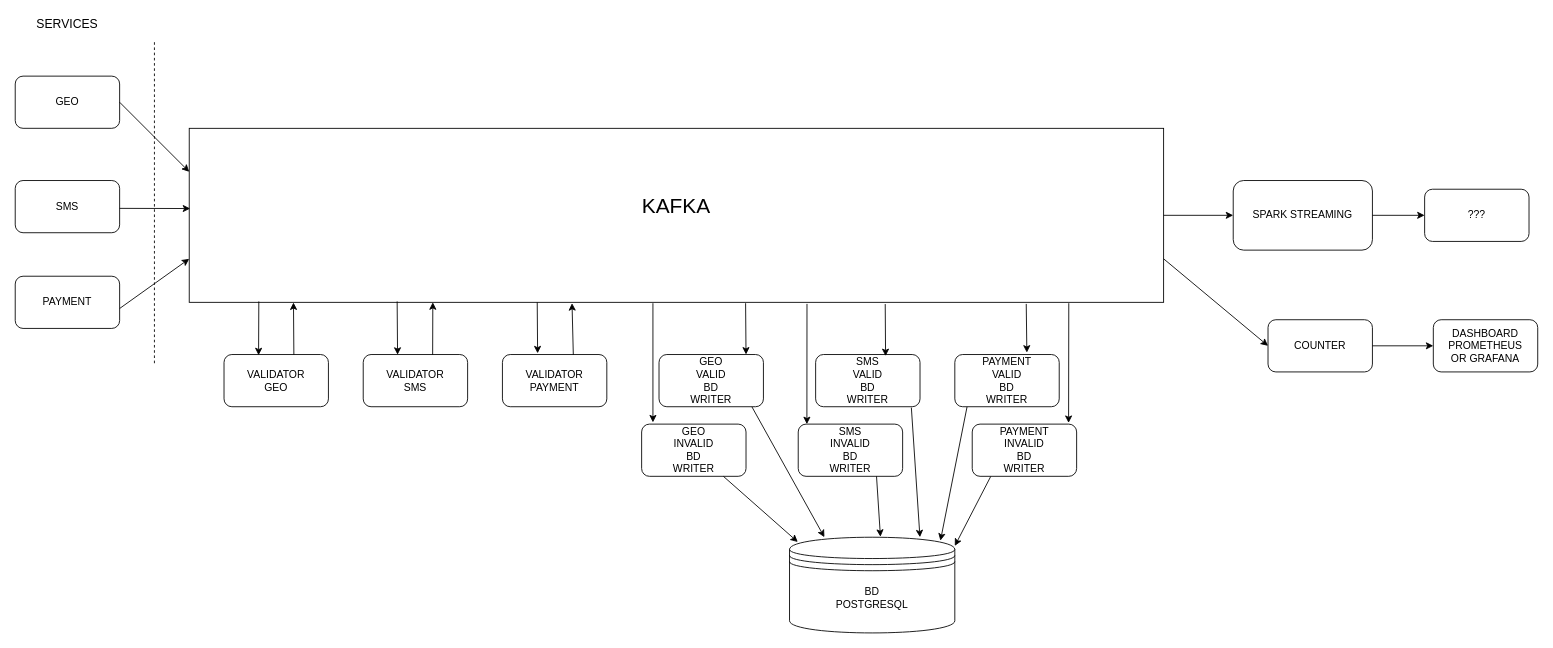
This is otus_de_project_schema.drawio from zhuravlevmaxim/OTUS_DataEngineer_Project, a draw.io file, before an edit. Source tidied: cells renumbered, new cells numbered last; positions are measured from the earlier drawing's top-left corner, leaving out a move shared by most shapes. Both pictures are drawn from the tidied source at 87%, with x=0, y=0 at pixel (15, 15).
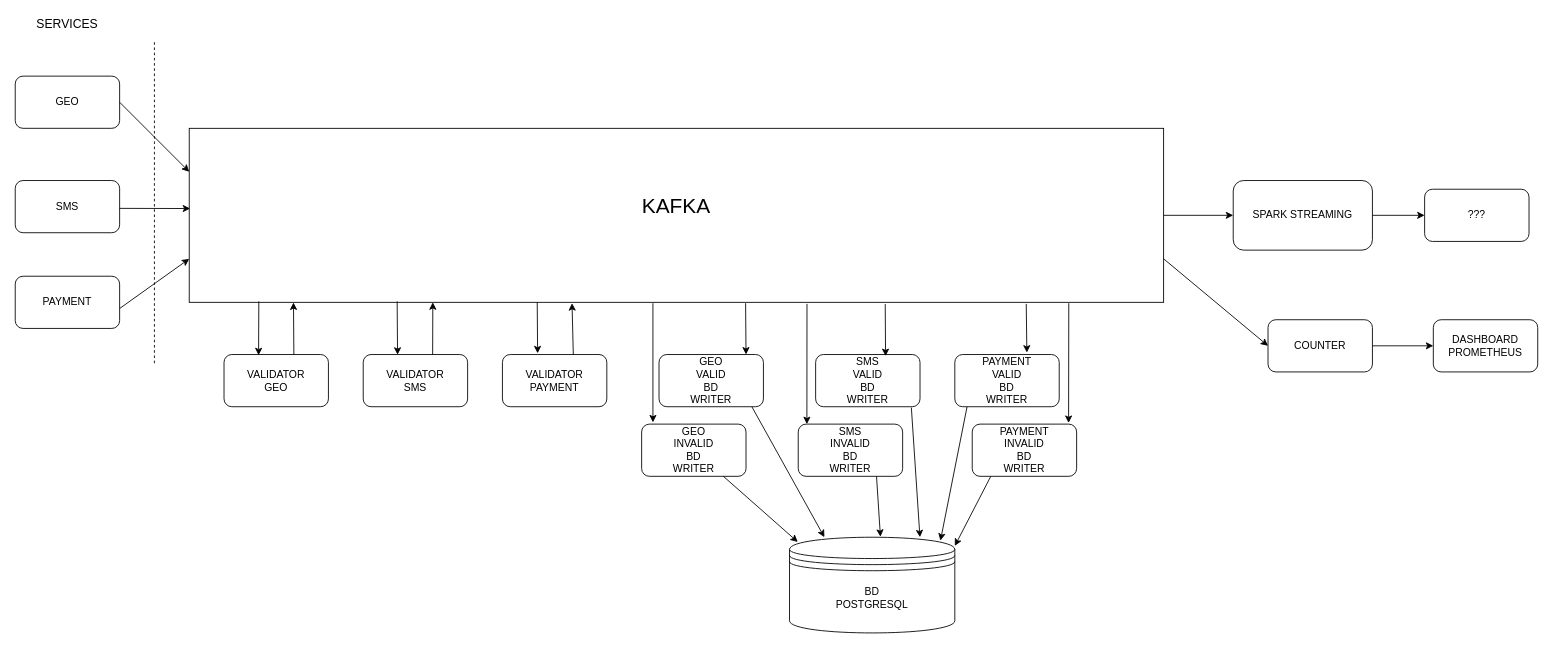
After the change.

What changed in the source:
```diff
@@
-    <mxCell id="63" value="DASHBOARD&lt;br&gt;PROMETHEUS OR GRAFANA" style="text;html=1;strokeColor=none;fillColor=none;align=center;verticalAlign=middle;whiteSpace=wrap;rounded=0;" parent="1" vertex="1">
+    <mxCell id="63" value="DASHBOARD&lt;br&gt;PROMETHEUS" style="text;html=1;strokeColor=none;fillColor=none;align=center;verticalAlign=middle;whiteSpace=wrap;rounded=0;" parent="1" vertex="1">
       <mxGeometry x="1670" y="370" width="40" height="20" as="geometry" />
     </mxCell>
```
